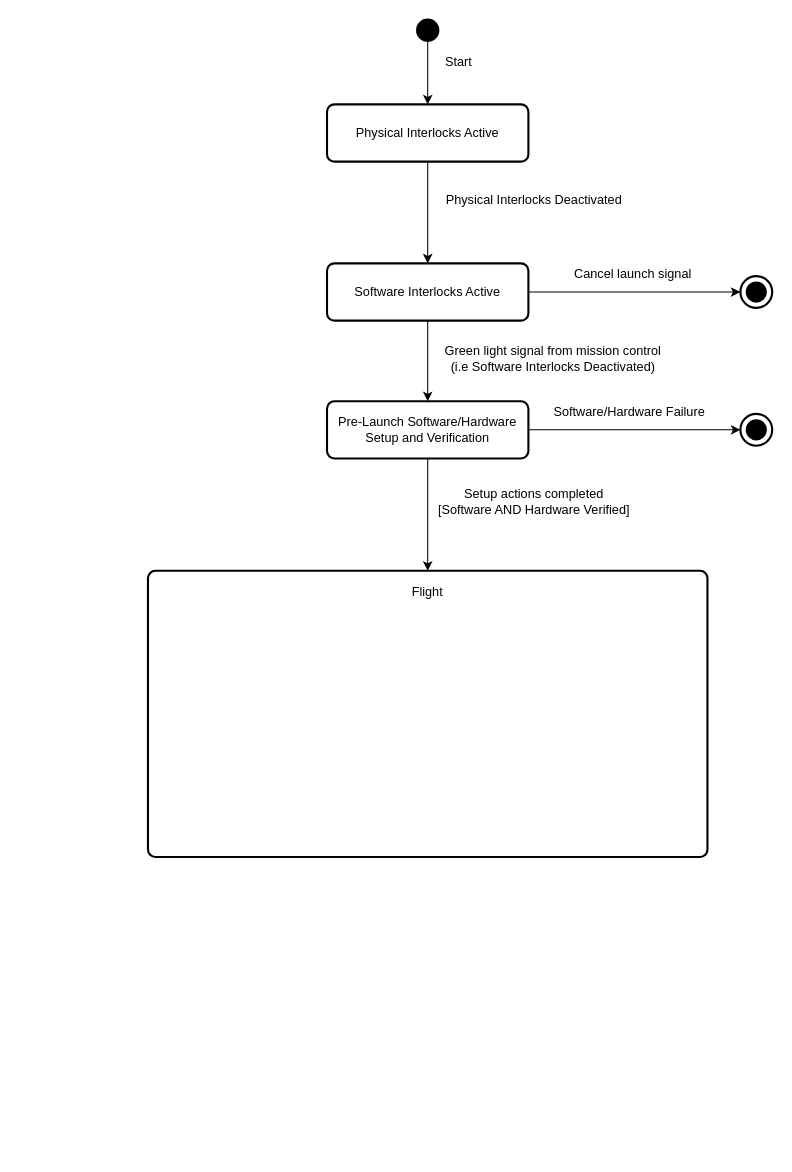
This is architecture_design/software_architecture/Draw_IO/rocket-states-diagram.drawio from scottzach1/Project-Beans, a draw.io file, before an edit. Source tidied: cells renumbered, new cells numbered last; positions are measured from the earlier drawing's top-left corner, leaving out a move shared by most shapes. Both pictures are drawn from the tidied source at 106%, with x=0, y=0 at pixel (147, 19).
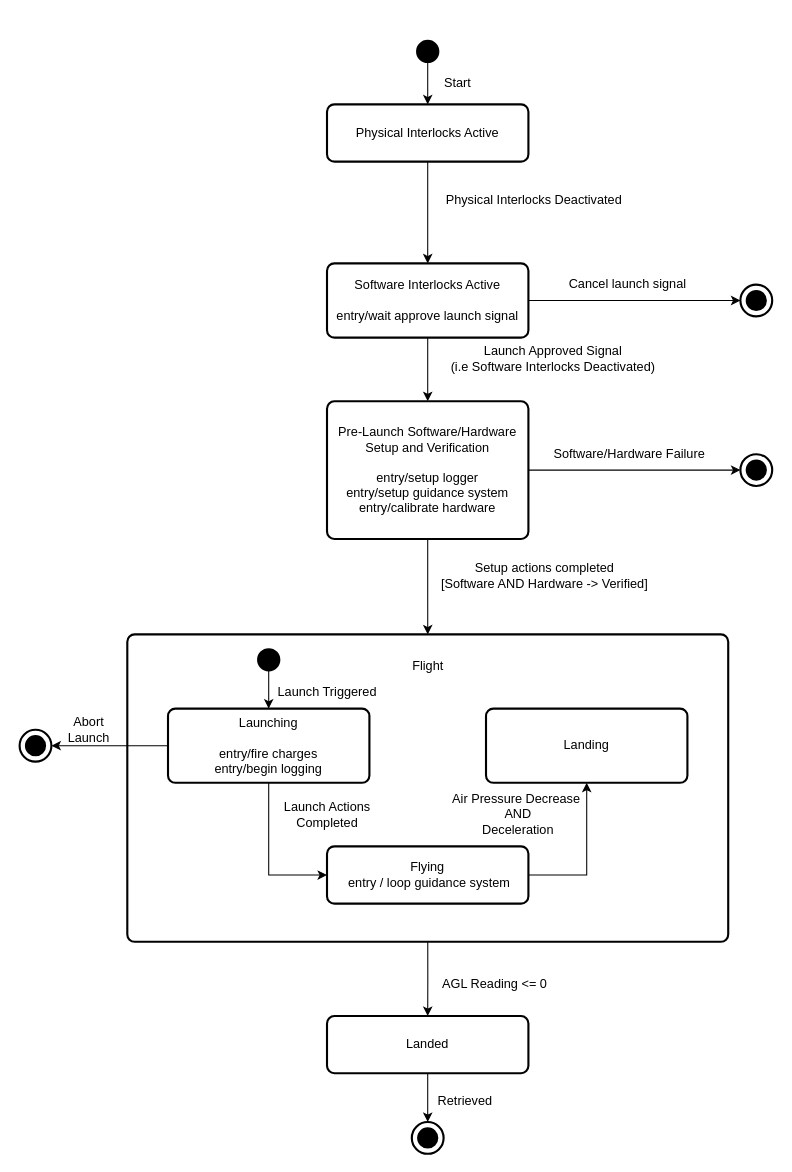
The same diagram, later.

Commit message (it also covers changes not shown here):
Updated 4.1 of architecture doc to include more info on states

What changed in the source:
```diff
@@
     <mxCell id="2" style="group;" parent="1" vertex="1">
-      <mxGeometry x="559" y="242" width="30" height="30" as="geometry" />
+      <mxGeometry x="559" y="250" width="30" height="30" as="geometry" />
     </mxCell>
@@
     <mxCell id="6" style="strokeWidth=2;html=1;shape=mxgraph.flowchart.start_2;whiteSpace=wrap;fillColor=#000000;" parent="1" vertex="1">
-      <mxGeometry x="254" width="20" height="20" as="geometry" />
+      <mxGeometry x="254" y="20" width="20" height="20" as="geometry" />
     </mxCell>
@@
     <mxCell id="9" value="Start" style="text;html=1;align=center;verticalAlign=middle;" parent="1" vertex="1">
-      <mxGeometry x="273" y="30" width="40" height="20" as="geometry" />
+      <mxGeometry x="272" y="50" width="40" height="20" as="geometry" />
     </mxCell>
@@
-    <mxCell id="12" value="Software Interlocks Active" style="rounded=1;whiteSpace=wrap;html=1;absoluteArcSize=1;arcSize=14;strokeWidth=2;fillColor=#FFFFFF;" parent="1" vertex="1">
-      <mxGeometry x="169" y="230" width="190" height="54" as="geometry" />
+    <mxCell id="12" value="Software Interlocks Active&lt;br&gt;&lt;br&gt;entry/wait approve launch signal" style="rounded=1;whiteSpace=wrap;html=1;absoluteArcSize=1;arcSize=14;strokeWidth=2;fillColor=#FFFFFF;" parent="1" vertex="1">
+      <mxGeometry x="169" y="230" width="190" height="70" as="geometry" />
     </mxCell>
@@
-    <mxCell id="15" value="Pre-Launch Software/Hardware Setup and Verification" style="rounded=1;whiteSpace=wrap;html=1;absoluteArcSize=1;arcSize=14;strokeWidth=2;fillColor=#FFFFFF;" parent="1" vertex="1">
-      <mxGeometry x="169" y="360" width="190" height="54" as="geometry" />
+    <mxCell id="15" value="Pre-Launch Software/Hardware Setup and Verification&lt;br&gt;&lt;br&gt;entry/setup logger&lt;br&gt;entry/setup guidance system&lt;br&gt;entry/calibrate hardware" style="rounded=1;whiteSpace=wrap;html=1;absoluteArcSize=1;arcSize=14;strokeWidth=2;fillColor=#FFFFFF;" parent="1" vertex="1">
+      <mxGeometry x="169" y="360" width="190" height="130" as="geometry" />
     </mxCell>
@@
     <mxCell id="17" value="Cancel launch signal&amp;nbsp;" style="text;html=1;align=center;verticalAlign=middle;" parent="1" vertex="1">
-      <mxGeometry x="394" y="230" width="130" height="20" as="geometry" />
+      <mxGeometry x="389" y="240" width="130" height="20" as="geometry" />
     </mxCell>
-    <mxCell id="18" value="Green light signal from mission control&lt;br&gt;(i.e Software Interlocks Deactivated)" style="text;html=1;align=center;verticalAlign=middle;" parent="1" vertex="1">
-      <mxGeometry x="272" y="305" width="220" height="30" as="geometry" />
+    <mxCell id="18" value="Launch Approved Signal&lt;br&gt;(i.e Software Interlocks Deactivated)" style="text;html=1;align=center;verticalAlign=middle;" parent="1" vertex="1">
+      <mxGeometry x="277" y="305" width="210" height="30" as="geometry" />
     </mxCell>
     <mxCell id="19" style="group;" parent="1" vertex="1">
-      <mxGeometry x="559" y="372" width="30" height="30" as="geometry" />
+      <mxGeometry x="559" y="410" width="30" height="30" as="geometry" />
     </mxCell>
@@
     <mxCell id="22" value="Software/Hardware Failure" style="text;html=1;align=center;verticalAlign=middle;" parent="1" vertex="1">
-      <mxGeometry x="374" y="360" width="160" height="20" as="geometry" />
+      <mxGeometry x="374" y="400" width="160" height="20" as="geometry" />
     </mxCell>
+    <mxCell id="24" value="Setup actions completed &lt;br&gt;[Software AND Hardware -&amp;gt; Verified]" style="text;html=1;align=center;verticalAlign=middle;" parent="1" vertex="1">
+      <mxGeometry x="269" y="510" width="210" height="30" as="geometry" />
+    </mxCell>
+    <mxCell id="25" style="group;" parent="1" vertex="1">
+      <mxGeometry x="-19.4" y="580" width="566.9" height="490" as="geometry" />
+    </mxCell>
-    <mxCell id="23" value="Flight&lt;br&gt;&lt;br&gt;&lt;br&gt;&lt;br&gt;&lt;br&gt;&lt;br&gt;&lt;br&gt;&lt;br&gt;&lt;br&gt;&lt;br&gt;&lt;br&gt;&lt;br&gt;&lt;br&gt;&lt;br&gt;&lt;br&gt;&lt;br&gt;&lt;br&gt;" style="rounded=1;whiteSpace=wrap;html=1;absoluteArcSize=1;arcSize=14;strokeWidth=2;fillColor=#FFFFFF;" parent="1" vertex="1">
-      <mxGeometry x="0.1" y="520" width="527.8" height="270" as="geometry" />
+    <mxCell id="23" value="Flight&lt;br&gt;&lt;br&gt;&lt;br&gt;&lt;br&gt;&lt;br&gt;&lt;br&gt;&lt;br&gt;&lt;br&gt;&lt;br&gt;&lt;br&gt;&lt;br&gt;&lt;br&gt;&lt;br&gt;&lt;br&gt;&lt;br&gt;&lt;br&gt;&lt;br&gt;" style="rounded=1;whiteSpace=wrap;html=1;absoluteArcSize=1;arcSize=14;strokeWidth=2;fillColor=#FFFFFF;" parent="25" vertex="1">
+      <mxGeometry width="566.9" height="290" as="geometry" />
     </mxCell>
-    <mxCell id="24" value="Setup actions completed &lt;br&gt;[Software AND Hardware Verified]" style="text;html=1;align=center;verticalAlign=middle;" parent="1" vertex="1">
-      <mxGeometry x="264" y="440" width="200" height="30" as="geometry" />
-    </mxCell>
+    <mxCell id="26" style="strokeWidth=2;html=1;shape=mxgraph.flowchart.start_2;whiteSpace=wrap;fillColor=#000000;" parent="25" vertex="1">
+      <mxGeometry x="123.4" y="14" width="20" height="20" as="geometry" />
+    </mxCell>
+    <mxCell id="27" value="Launching&lt;br&gt;&lt;br&gt;entry/fire charges&lt;br&gt;entry/begin logging" style="rounded=1;whiteSpace=wrap;html=1;absoluteArcSize=1;arcSize=14;strokeWidth=2;fillColor=#FFFFFF;" parent="25" vertex="1">
+      <mxGeometry x="38.4" y="70" width="190" height="70" as="geometry" />
+    </mxCell>
+    <mxCell id="28" style="edgeStyle=orthogonalEdgeStyle;rounded=0;jettySize=auto;html=1;exitX=0.5;exitY=1;exitDx=0;exitDy=0;exitPerimeter=0;entryX=0.5;entryY=0;entryDx=0;entryDy=0;" parent="25" edge="1" source="26" target="27">
+      <mxGeometry relative="1" as="geometry" />
+    </mxCell>
+    <mxCell id="29" value="Flying&lt;br&gt;&amp;nbsp;entry / loop guidance system" style="rounded=1;whiteSpace=wrap;html=1;absoluteArcSize=1;arcSize=14;strokeWidth=2;fillColor=#FFFFFF;" parent="25" vertex="1">
+      <mxGeometry x="188.4" y="200" width="190" height="54" as="geometry" />
+    </mxCell>
+    <mxCell id="30" style="edgeStyle=orthogonalEdgeStyle;rounded=0;jettySize=auto;html=1;exitX=0.5;exitY=1;exitDx=0;exitDy=0;entryX=0;entryY=0.5;entryDx=0;entryDy=0;" parent="25" edge="1" source="27" target="29">
+      <mxGeometry relative="1" as="geometry" />
+    </mxCell>
+    <mxCell id="31" value="Launch Actions &lt;br&gt;Completed" style="text;html=1;align=center;verticalAlign=middle;" parent="25" vertex="1">
+      <mxGeometry x="138.4" y="155" width="100" height="30" as="geometry" />
+    </mxCell>
+    <mxCell id="32" value="Landing" style="rounded=1;whiteSpace=wrap;html=1;absoluteArcSize=1;arcSize=14;strokeWidth=2;fillColor=#FFFFFF;" parent="25" vertex="1">
+      <mxGeometry x="338.4" y="70" width="190" height="70" as="geometry" />
+    </mxCell>
+    <mxCell id="33" style="edgeStyle=orthogonalEdgeStyle;rounded=0;jettySize=auto;html=1;exitX=1;exitY=0.5;exitDx=0;exitDy=0;entryX=0.5;entryY=1;entryDx=0;entryDy=0;" parent="25" edge="1" source="29" target="32">
+      <mxGeometry relative="1" as="geometry" />
+    </mxCell>
+    <mxCell id="34" value="Air Pressure Decrease&amp;nbsp;&lt;br&gt;AND&lt;br&gt;Deceleration" style="text;html=1;align=center;verticalAlign=middle;" parent="25" vertex="1">
+      <mxGeometry x="298.4" y="145" width="140" height="50" as="geometry" />
+    </mxCell>
+    <mxCell id="35" value="Launch Triggered" style="text;html=1;align=center;verticalAlign=middle;" parent="25" vertex="1">
+      <mxGeometry x="133.4" y="45" width="110" height="20" as="geometry" />
+    </mxCell>
+    <mxCell id="36" value="AGL Reading &amp;lt;= 0" style="text;html=1;align=center;verticalAlign=middle;" parent="25" vertex="1">
+      <mxGeometry x="291.4" y="320" width="110" height="20" as="geometry" />
+    </mxCell>
+    <mxCell id="37" value="Landed" style="rounded=1;whiteSpace=wrap;html=1;absoluteArcSize=1;arcSize=14;strokeWidth=2;fillColor=#FFFFFF;" parent="25" vertex="1">
+      <mxGeometry x="188.4" y="360" width="190" height="54" as="geometry" />
+    </mxCell>
+    <mxCell id="38" style="edgeStyle=orthogonalEdgeStyle;rounded=0;jettySize=auto;html=1;exitX=0.5;exitY=1;exitDx=0;exitDy=0;entryX=0.5;entryY=0;entryDx=0;entryDy=0;" parent="25" edge="1" source="23" target="37">
+      <mxGeometry relative="1" as="geometry" />
+    </mxCell>
+    <mxCell id="39" style="group;" parent="25" vertex="1">
+      <mxGeometry x="268.4" y="460" width="30" height="30" as="geometry" />
+    </mxCell>
+    <mxCell id="40" style="strokeWidth=2;html=1;shape=mxgraph.flowchart.start_2;whiteSpace=wrap;" parent="39" vertex="1">
+      <mxGeometry width="30" height="30" as="geometry" />
+    </mxCell>
+    <mxCell id="41" style="strokeWidth=2;html=1;shape=mxgraph.flowchart.start_2;whiteSpace=wrap;fillColor=#000000;" parent="39" vertex="1">
+      <mxGeometry x="6" y="6" width="18" height="18" as="geometry" />
+    </mxCell>
+    <mxCell id="42" style="edgeStyle=orthogonalEdgeStyle;rounded=0;jettySize=auto;html=1;exitX=0.5;exitY=1;exitDx=0;exitDy=0;entryX=0.5;entryY=0;entryDx=0;entryDy=0;entryPerimeter=0;" parent="25" edge="1" source="37" target="40">
+      <mxGeometry relative="1" as="geometry" />
+    </mxCell>
+    <mxCell id="43" value="Retrieved" style="text;html=1;align=center;verticalAlign=middle;" parent="25" vertex="1">
+      <mxGeometry x="283.4" y="430" width="70" height="20" as="geometry" />
+    </mxCell>
+    <mxCell id="44" style="group;" parent="1" vertex="1">
+      <mxGeometry x="-121" y="670" width="30" height="30" as="geometry" />
+    </mxCell>
+    <mxCell id="45" style="strokeWidth=2;html=1;shape=mxgraph.flowchart.start_2;whiteSpace=wrap;" parent="44" vertex="1">
+      <mxGeometry width="30" height="30" as="geometry" />
+    </mxCell>
+    <mxCell id="46" style="strokeWidth=2;html=1;shape=mxgraph.flowchart.start_2;whiteSpace=wrap;fillColor=#000000;" parent="44" vertex="1">
+      <mxGeometry x="6" y="6" width="18" height="18" as="geometry" />
+    </mxCell>
+    <mxCell id="47" style="edgeStyle=orthogonalEdgeStyle;rounded=0;jettySize=auto;html=1;exitX=0;exitY=0.5;exitDx=0;exitDy=0;entryX=1;entryY=0.5;entryDx=0;entryDy=0;entryPerimeter=0;" parent="1" edge="1" source="27" target="45">
+      <mxGeometry relative="1" as="geometry" />
+    </mxCell>
+    <mxCell id="48" value="Abort &lt;br&gt;Launch" style="text;html=1;align=center;verticalAlign=middle;" parent="1" vertex="1">
+      <mxGeometry x="-81" y="655" width="50" height="30" as="geometry" />
+    </mxCell>
```
